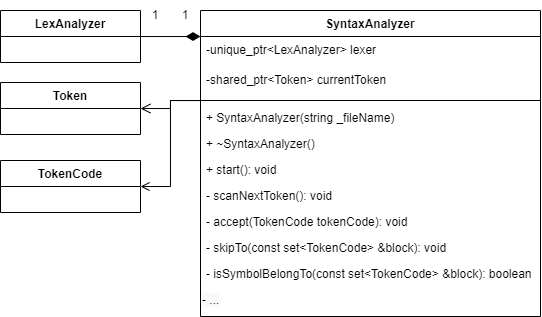
korpatiy/compiler keeps this draw.io diagram as diagrams/syntaxer.png. Above is the earlier version. Source tidied: cells renumbered, new cells last; positions are measured from the earlier drawing's top-left corner, leaving out a move shared by most shapes.
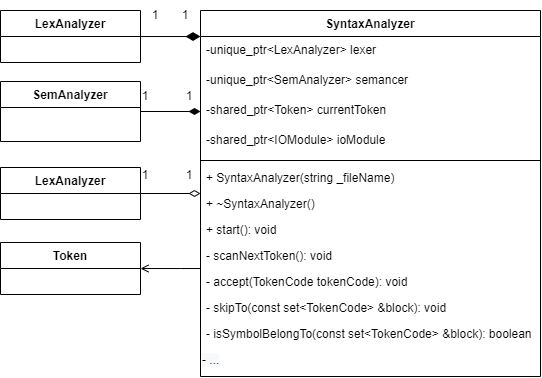
After the commit.

Diff of the diagram source:
```diff
@@ -10,61 +10,59 @@
         </Array>
       </mxGeometry>
     </mxCell>
+    <mxCell id="22" style="edgeStyle=orthogonalEdgeStyle;rounded=0;jettySize=auto;html=1;endArrow=none;endFill=0;startArrow=diamondThin;startFill=0;startSize=9;" parent="1" edge="1" source="5" target="26">
+      <mxGeometry relative="1" as="geometry" />
+    </mxCell>
-    <mxCell id="3" style="edgeStyle=orthogonalEdgeStyle;rounded=0;jettySize=auto;html=1;startArrow=none;startFill=0;endArrow=open;endFill=0;startSize=12;endSize=8;strokeWidth=1;" parent="1" edge="1" source="5" target="17">
+    <mxCell id="3" style="edgeStyle=orthogonalEdgeStyle;rounded=0;jettySize=auto;html=1;endArrow=open;endFill=0;" parent="1" edge="1" source="5" target="17">
       <mxGeometry relative="1" as="geometry">
         <Array as="points">
-          <mxPoint x="170" y="100" />
-          <mxPoint x="170" y="108" />
+          <mxPoint x="180" y="268" />
+          <mxPoint x="180" y="268" />
         </Array>
       </mxGeometry>
     </mxCell>
-    <mxCell id="4" style="edgeStyle=orthogonalEdgeStyle;rounded=0;jettySize=auto;html=1;endArrow=open;endFill=0;endSize=7;" parent="1" edge="1" source="5" target="21">
-      <mxGeometry relative="1" as="geometry">
-        <Array as="points">
-          <mxPoint x="170" y="100" />
-          <mxPoint x="170" y="186" />
-        </Array>
-      </mxGeometry>
-    </mxCell>
     <mxCell id="5" value="SyntaxAnalyzer" style="swimlane;fontStyle=1;align=center;verticalAlign=top;horizontal=1;startSize=26;" parent="1" vertex="1">
-      <mxGeometry x="200" y="10" width="340" height="306" as="geometry" />
+      <mxGeometry x="200" y="10" width="340" height="366" as="geometry" />
     </mxCell>
     <mxCell id="6" value="-unique_ptr&lt;LexAnalyzer&gt; lexer" style="text;strokeColor=none;fillColor=none;align=left;verticalAlign=top;spacingLeft=4;spacingRight=4;overflow=hidden;" parent="5" vertex="1">
       <mxGeometry y="26" width="340" height="30" as="geometry" />
     </mxCell>
+    <mxCell id="23" value="-unique_ptr&lt;SemAnalyzer&gt; semancer" style="text;strokeColor=none;fillColor=none;align=left;verticalAlign=top;spacingLeft=4;spacingRight=4;overflow=hidden;" parent="5" vertex="1">
+      <mxGeometry y="56" width="340" height="30" as="geometry" />
+    </mxCell>
     <mxCell id="7" value="-shared_ptr&lt;Token&gt; currentToken" style="text;strokeColor=none;fillColor=none;align=left;verticalAlign=top;spacingLeft=4;spacingRight=4;overflow=hidden;points=[[0,0.5],[1,0.5]];portConstraint=eastwest;" parent="5" vertex="1">
-      <mxGeometry y="56" width="340" height="30" as="geometry" />
+      <mxGeometry y="86" width="340" height="30" as="geometry" />
     </mxCell>
+    <mxCell id="24" value="-shared_ptr&lt;IOModule&gt; ioModule" style="text;strokeColor=none;fillColor=none;align=left;verticalAlign=top;spacingLeft=4;spacingRight=4;overflow=hidden;" parent="5" vertex="1">
+      <mxGeometry y="116" width="340" height="30" as="geometry" />
+    </mxCell>
     <mxCell id="8" style="line;strokeWidth=1;fillColor=none;align=left;verticalAlign=middle;spacingTop=-1;spacingLeft=3;spacingRight=3;labelPosition=right;" parent="5" vertex="1">
-      <mxGeometry y="86" width="340" height="8" as="geometry" />
+      <mxGeometry y="146" width="340" height="8" as="geometry" />
     </mxCell>
     <mxCell id="9" value="+ SyntaxAnalyzer(string _fileName)" style="text;strokeColor=none;fillColor=none;align=left;verticalAlign=top;spacingLeft=4;spacingRight=4;overflow=hidden;" parent="5" vertex="1">
-      <mxGeometry y="94" width="340" height="26" as="geometry" />
+      <mxGeometry y="154" width="340" height="26" as="geometry" />
     </mxCell>
     <mxCell id="10" value="+ ~SyntaxAnalyzer()" style="text;strokeColor=none;fillColor=none;align=left;verticalAlign=top;spacingLeft=4;spacingRight=4;overflow=hidden;" parent="5" vertex="1">
-      <mxGeometry y="120" width="340" height="26" as="geometry" />
+      <mxGeometry y="180" width="340" height="26" as="geometry" />
     </mxCell>
     <mxCell id="11" value="+ start(): void" style="text;strokeColor=none;fillColor=none;align=left;verticalAlign=top;spacingLeft=4;spacingRight=4;overflow=hidden;" parent="5" vertex="1">
-      <mxGeometry y="146" width="340" height="26" as="geometry" />
+      <mxGeometry y="206" width="340" height="26" as="geometry" />
     </mxCell>
     <mxCell id="12" value="- scanNextToken(): void" style="text;strokeColor=none;fillColor=none;align=left;verticalAlign=top;spacingLeft=4;spacingRight=4;overflow=hidden;" parent="5" vertex="1">
-      <mxGeometry y="172" width="340" height="26" as="geometry" />
+      <mxGeometry y="232" width="340" height="26" as="geometry" />
     </mxCell>
     <mxCell id="13" value="- accept(TokenCode tokenCode): void" style="text;strokeColor=none;fillColor=none;align=left;verticalAlign=top;spacingLeft=4;spacingRight=4;overflow=hidden;" parent="5" vertex="1">
-      <mxGeometry y="198" width="340" height="26" as="geometry" />
+      <mxGeometry y="258" width="340" height="26" as="geometry" />
     </mxCell>
     <mxCell id="14" value="- skipTo(const set&lt;TokenCode&gt; &amp;block): void" style="text;strokeColor=none;fillColor=none;align=left;verticalAlign=top;spacingLeft=4;spacingRight=4;overflow=hidden;" parent="5" vertex="1">
-      <mxGeometry y="224" width="340" height="26" as="geometry" />
+      <mxGeometry y="284" width="340" height="26" as="geometry" />
     </mxCell>
     <mxCell id="15" value="- isSymbolBelongTo(const set&lt;TokenCode&gt; &amp;block): boolean" style="text;strokeColor=none;fillColor=none;align=left;verticalAlign=top;spacingLeft=4;spacingRight=4;overflow=hidden;" parent="5" vertex="1">
-      <mxGeometry y="250" width="340" height="26" as="geometry" />
+      <mxGeometry y="310" width="340" height="26" as="geometry" />
     </mxCell>
     <mxCell id="16" value="&lt;span style=&quot;color: rgb(0 , 0 , 0) ; font-family: &amp;#34;helvetica&amp;#34; ; font-size: 12px ; font-style: normal ; font-weight: 400 ; letter-spacing: normal ; text-align: left ; text-indent: 0px ; text-transform: none ; word-spacing: 0px ; background-color: rgb(248 , 249 , 250) ; display: inline ; float: none&quot;&gt;- ...&lt;/span&gt;" style="text;whiteSpace=wrap;html=1;" parent="5" vertex="1">
-      <mxGeometry y="276" width="340" height="30" as="geometry" />
+      <mxGeometry y="336" width="340" height="30" as="geometry" />
     </mxCell>
-    <mxCell id="17" value="Token" style="swimlane;fontStyle=1;horizontal=1;startSize=26;fillColor=none;" parent="1" vertex="1">
-      <mxGeometry y="82" width="140" height="52" as="geometry" />
-    </mxCell>
     <mxCell id="18" value="LexAnalyzer" style="swimlane;fontStyle=1;horizontal=1;startSize=26;fillColor=none;labelBorderColor=none;" parent="1" vertex="1">
       <mxGeometry y="10" width="140" height="52" as="geometry" />
     </mxCell>
@@ -74,8 +72,29 @@
     <mxCell id="20" value="1" style="text;html=1;strokeColor=none;fillColor=none;align=center;verticalAlign=middle;whiteSpace=wrap;rounded=0;labelBorderColor=none;" parent="1" vertex="1">
       <mxGeometry x="170" width="30" height="30" as="geometry" />
     </mxCell>
-    <mxCell id="21" value="TokenCode" style="swimlane;fontStyle=1;horizontal=1;startSize=26;fillColor=none;" parent="1" vertex="1">
-      <mxGeometry y="160" width="140" height="52" as="geometry" />
-    </mxCell>
+    <mxCell id="25" value="SemAnalyzer" style="swimlane;fontStyle=1;horizontal=1;startSize=26;fillColor=none;labelBorderColor=none;" parent="1" vertex="1">
+      <mxGeometry y="81" width="140" height="60" as="geometry" />
+    </mxCell>
+    <mxCell id="26" value="LexAnalyzer" style="swimlane;fontStyle=1;horizontal=1;startSize=26;fillColor=none;labelBorderColor=none;" parent="1" vertex="1">
+      <mxGeometry y="167" width="140" height="52" as="geometry" />
+    </mxCell>
+    <mxCell id="17" value="Token" style="swimlane;fontStyle=1;horizontal=1;startSize=26;fillColor=none;labelBorderColor=none;" parent="1" vertex="1">
+      <mxGeometry y="242" width="140" height="52" as="geometry" />
+    </mxCell>
+    <mxCell id="27" style="edgeStyle=orthogonalEdgeStyle;rounded=0;jettySize=auto;html=1;endArrow=none;endFill=0;startArrow=diamondThin;startFill=1;startSize=9;" parent="1" edge="1" source="7" target="25">
+      <mxGeometry relative="1" as="geometry" />
+    </mxCell>
+    <mxCell id="28" value="1" style="text;html=1;strokeColor=none;fillColor=none;align=center;verticalAlign=middle;whiteSpace=wrap;rounded=0;labelBorderColor=none;" parent="1" vertex="1">
+      <mxGeometry x="174" y="81" width="30" height="30" as="geometry" />
+    </mxCell>
+    <mxCell id="29" value="1" style="text;html=1;strokeColor=none;fillColor=none;align=center;verticalAlign=middle;whiteSpace=wrap;rounded=0;labelBorderColor=none;" parent="1" vertex="1">
+      <mxGeometry x="130" y="81" width="30" height="30" as="geometry" />
+    </mxCell>
+    <mxCell id="30" value="1" style="text;html=1;strokeColor=none;fillColor=none;align=center;verticalAlign=middle;whiteSpace=wrap;rounded=0;labelBorderColor=none;" parent="1" vertex="1">
+      <mxGeometry x="174" y="160" width="30" height="30" as="geometry" />
+    </mxCell>
+    <mxCell id="31" value="1" style="text;html=1;strokeColor=none;fillColor=none;align=center;verticalAlign=middle;whiteSpace=wrap;rounded=0;labelBorderColor=none;" parent="1" vertex="1">
+      <mxGeometry x="130" y="160" width="30" height="30" as="geometry" />
+    </mxCell>
   </root>
 </mxGraphModel>
```
